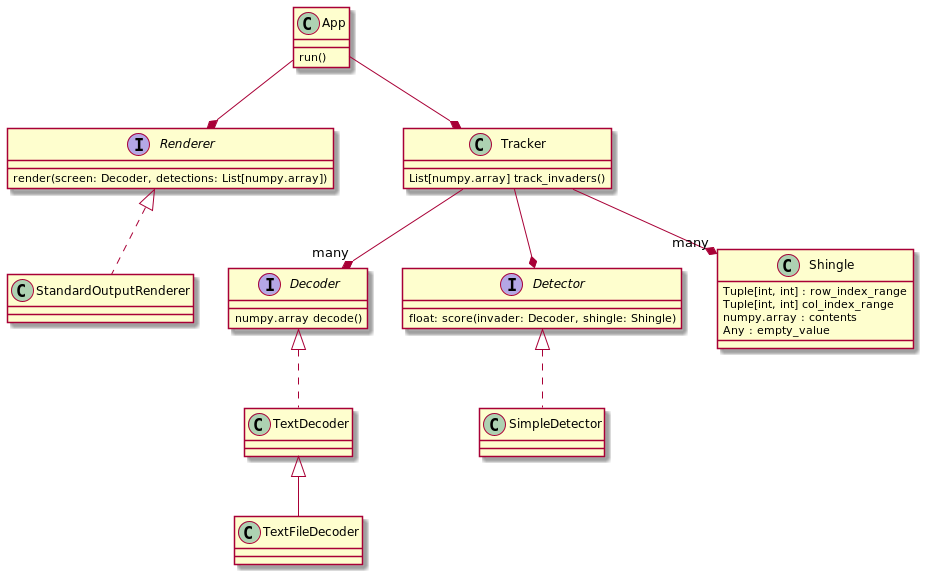
Above: images/app.png in marciogualtieri/alien-tracker (PlantUML), before the change.
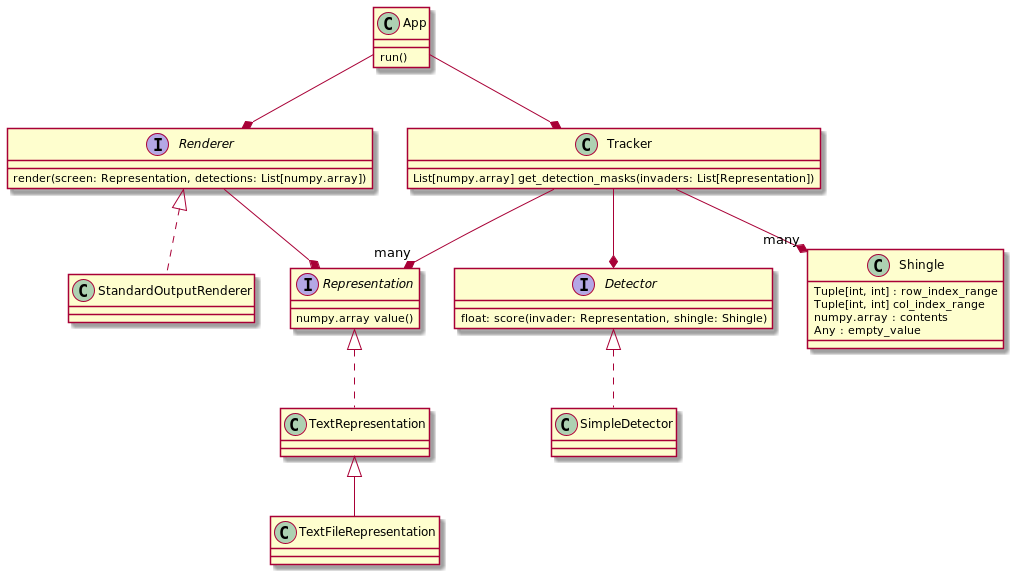
After the commit.

What changed in the source:
```diff
@@ -1,17 +1,17 @@
 @startuml
 
-interface Decoder
+interface Representation
 
-Decoder : numpy.array decode()
+Representation : numpy.array value()
 
-class TextDecoder implements Decoder
+class TextRepresentation implements Representation
 
-class TextFileDecoder extends TextDecoder
+class TextFileRepresentation extends TextRepresentation
 
 
 interface Detector
 
-Detector : float: score(invader: Decoder, shingle: Shingle)
+Detector : float: score(invader: Representation, shingle: Shingle)
 
 class SimpleDetector implements Detector
 
@@ -24,13 +24,13 @@
 
 interface Renderer
 
-Renderer : render(screen: Decoder, detections: List[numpy.array])
+Renderer : render(screen: Representation, detections: List[numpy.array])
 
 class StandardOutputRenderer implements Renderer
 
 class Tracker
 
-Tracker : List[numpy.array] track_invaders()
+Tracker : List[numpy.array] get_detection_masks(invaders: List[Representation])
 
 class App
 
@@ -39,8 +39,10 @@
 App --* Tracker
 App --* Renderer
 
-Tracker --* "many" Decoder
+Tracker --* "many" Representation
 Tracker --* Detector
 Tracker --* "many" Shingle
 
+Renderer --* Representation
+
 @enduml
```
